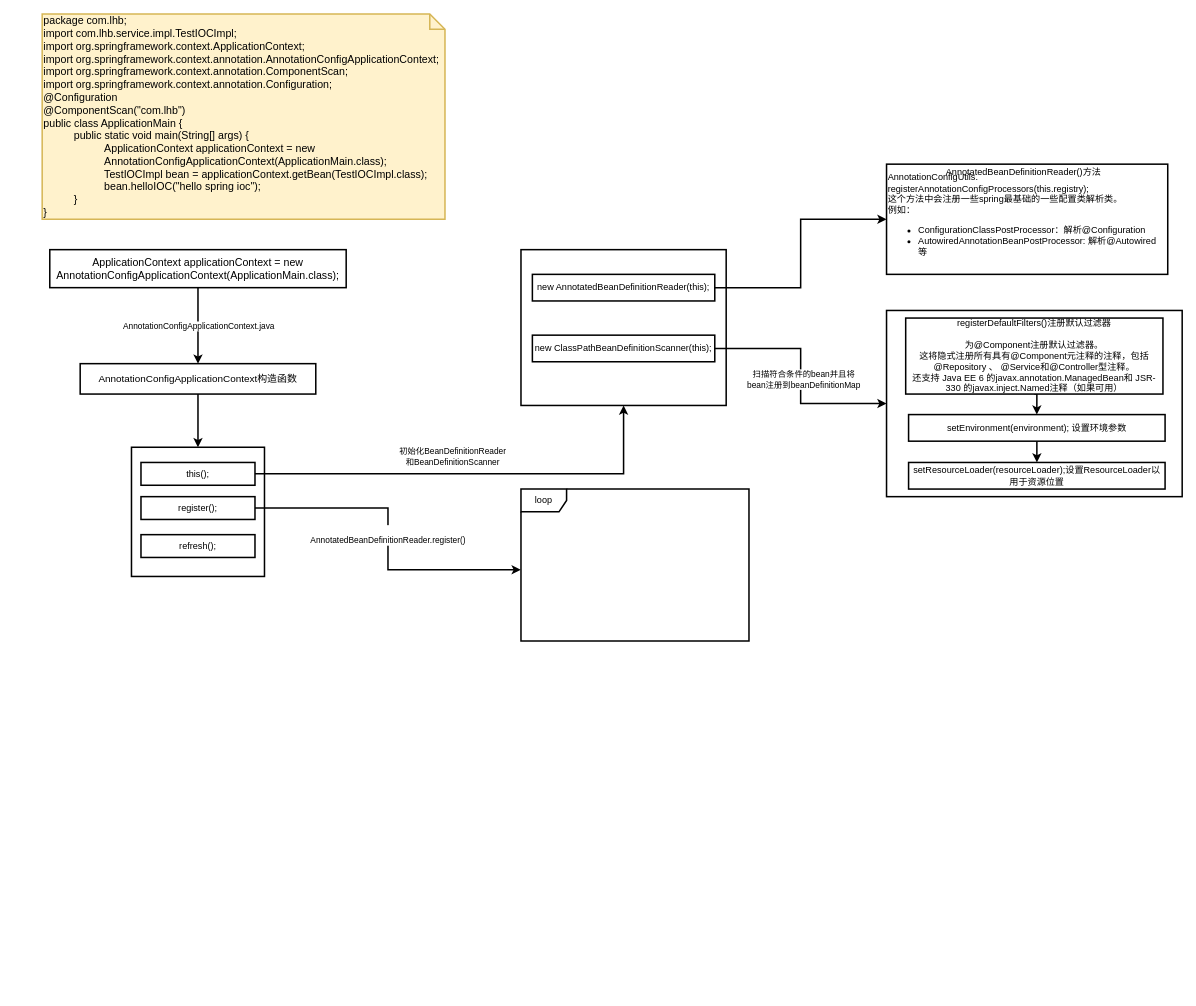
Earlier version of the draw.io diagram spring/IOC加载流程.drawio (LiHuiBin1995/study-java). Source tidied: cells renumbered, new cells numbered last; positions are measured from the earlier drawing's top-left corner, leaving out a move shared by most shapes. Both pictures are drawn from the tidied source at 76%, with x=0, y=0 at pixel (42, 14).
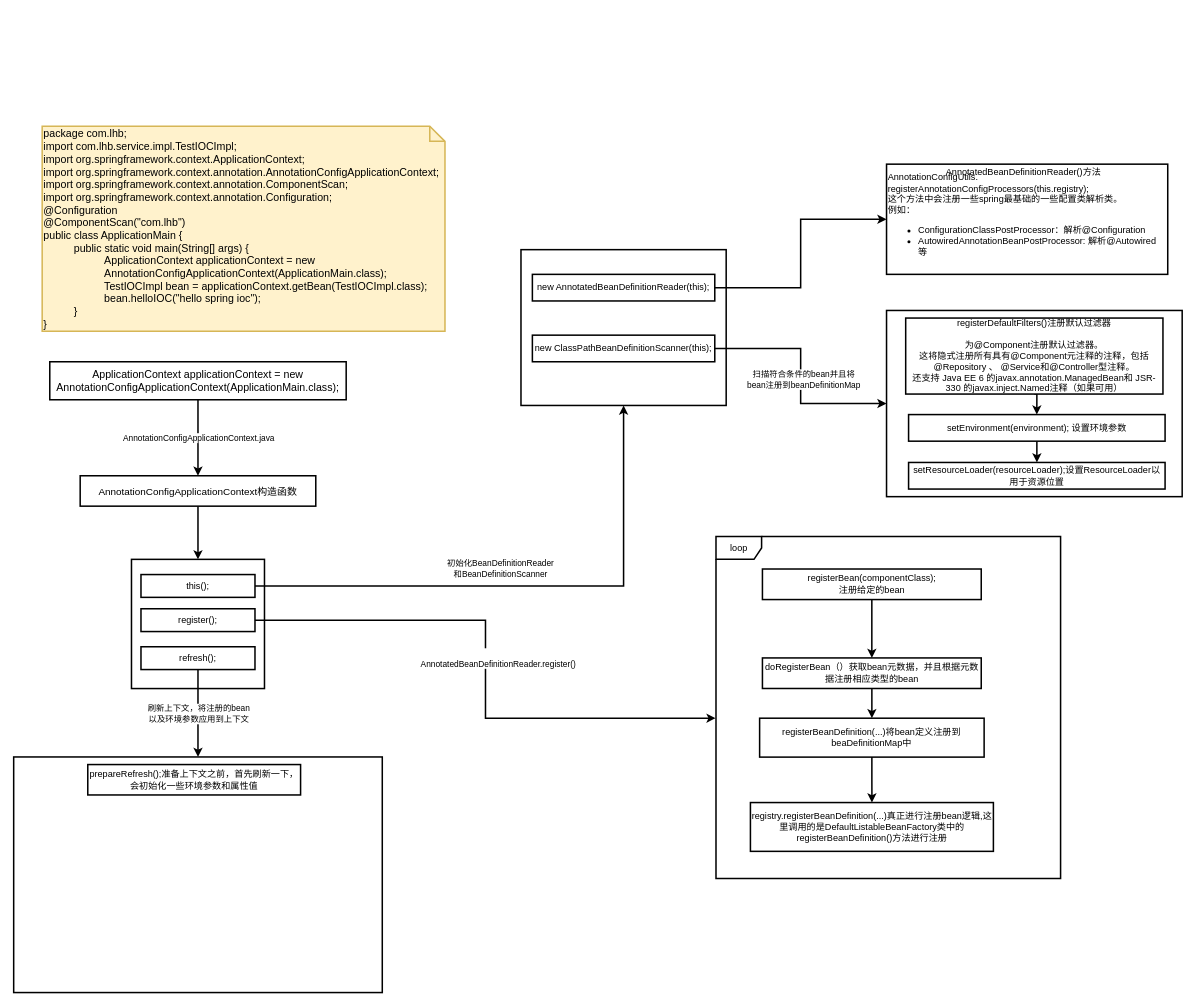
The same page after the edit.

Commit message:
更新IOC加载流程.drawio

Unchanged cells that the change refers to:
```xml
<mxCell id="12" value="refresh();" style="rounded=0;whiteSpace=wrap;html=1;strokeWidth=2;" parent="8" vertex="1">
  <mxGeometry x="12.5" y="115" width="150" height="30" as="geometry" />
</mxCell>
<mxCell id="31" style="edgeStyle=orthogonalEdgeStyle;rounded=0;jettySize=auto;html=1;strokeWidth=2;entryX=-0.001;entryY=0.531;entryDx=0;entryDy=0;entryPerimeter=0;" parent="1" edge="1" source="11" target="33">
  <mxGeometry relative="1" as="geometry" />
</mxCell>
```

Diff of the diagram source:
```diff
@@
     <mxCell id="2" value="&lt;div&gt;&lt;font color=&quot;#000000&quot;&gt;package com.lhb;&lt;/font&gt;&lt;/div&gt;&lt;div&gt;&lt;font color=&quot;#000000&quot;&gt;import com.lhb.service.impl.TestIOCImpl;&lt;/font&gt;&lt;/div&gt;&lt;div&gt;&lt;font color=&quot;#000000&quot;&gt;import org.springframework.context.ApplicationContext;&lt;/font&gt;&lt;/div&gt;&lt;div&gt;&lt;font color=&quot;#000000&quot;&gt;import org.springframework.context.annotation.AnnotationConfigApplicationContext;&lt;/font&gt;&lt;/div&gt;&lt;div&gt;&lt;font color=&quot;#000000&quot;&gt;import org.springframework.context.annotation.ComponentScan;&lt;/font&gt;&lt;/div&gt;&lt;div&gt;&lt;font color=&quot;#000000&quot;&gt;import org.springframework.context.annotation.Configuration;&lt;/font&gt;&lt;/div&gt;&lt;div&gt;&lt;font color=&quot;#000000&quot;&gt;@Configuration&lt;/font&gt;&lt;/div&gt;&lt;div&gt;&lt;font color=&quot;#000000&quot;&gt;@ComponentScan(&quot;com.lhb&quot;)&lt;/font&gt;&lt;/div&gt;&lt;div&gt;&lt;font color=&quot;#000000&quot;&gt;public class ApplicationMain {&lt;/font&gt;&lt;/div&gt;&lt;blockquote style=&quot;margin: 0 0 0 40px ; border: none ; padding: 0px&quot;&gt;&lt;div&gt;&lt;font color=&quot;#000000&quot;&gt;public static void main(String[] args) {&lt;/font&gt;&lt;/div&gt;&lt;/blockquote&gt;&lt;blockquote style=&quot;margin: 0 0 0 40px ; border: none ; padding: 0px&quot;&gt;&lt;blockquote style=&quot;margin: 0 0 0 40px ; border: none ; padding: 0px&quot;&gt;&lt;div&gt;&lt;font color=&quot;#000000&quot;&gt;ApplicationContext applicationContext = new AnnotationConfigApplicationContext(ApplicationMain.class);&lt;/font&gt;&lt;/div&gt;&lt;/blockquote&gt;&lt;blockquote style=&quot;margin: 0 0 0 40px ; border: none ; padding: 0px&quot;&gt;&lt;div&gt;&lt;font color=&quot;#000000&quot;&gt;TestIOCImpl bean = applicationContext.getBean(TestIOCImpl.class);&lt;/font&gt;&lt;/div&gt;&lt;/blockquote&gt;&lt;blockquote style=&quot;margin: 0 0 0 40px ; border: none ; padding: 0px&quot;&gt;&lt;div&gt;&lt;font color=&quot;#000000&quot;&gt;bean.helloIOC(&quot;hello spring ioc&quot;);&lt;/font&gt;&lt;/div&gt;&lt;/blockquote&gt;&lt;/blockquote&gt;&lt;blockquote style=&quot;margin: 0 0 0 40px ; border: none ; padding: 0px&quot;&gt;&lt;div&gt;&lt;font color=&quot;#000000&quot;&gt;}&lt;/font&gt;&lt;/div&gt;&lt;/blockquote&gt;&lt;div&gt;&lt;font color=&quot;#000000&quot;&gt;}&lt;/font&gt;&lt;/div&gt;" style="shape=note;strokeWidth=2;fontSize=14;size=20;whiteSpace=wrap;html=1;fillColor=#fff2cc;strokeColor=#d6b656;fontColor=#666600;align=left;" parent="1" vertex="1">
-      <mxGeometry width="530" height="270" as="geometry" />
+      <mxGeometry y="147.5" width="530" height="270" as="geometry" />
     </mxCell>
@@
     <mxCell id="5" value="&lt;span style=&quot;font-size: 14px ; text-align: left&quot;&gt;ApplicationContext applicationContext = new AnnotationConfigApplicationContext(ApplicationMain.class);&lt;/span&gt;" style="rounded=0;whiteSpace=wrap;html=1;strokeWidth=2;" parent="1" vertex="1">
-      <mxGeometry x="10" y="310" width="390" height="50" as="geometry" />
+      <mxGeometry x="10" y="457.5" width="390" height="50" as="geometry" />
     </mxCell>
@@
     <mxCell id="7" value="&lt;pre style=&quot;font-family: &amp;#34;jetbrains mono&amp;#34; ; font-size: 9.8pt&quot;&gt;&lt;span style=&quot;background-color: rgb(255 , 255 , 255)&quot;&gt;AnnotationConfigApplicationContext构造函数&lt;/span&gt;&lt;/pre&gt;" style="whiteSpace=wrap;html=1;rounded=0;strokeWidth=2;" parent="1" vertex="1">
-      <mxGeometry x="50" y="460" width="310" height="40" as="geometry" />
+      <mxGeometry x="50" y="607.5" width="310" height="40" as="geometry" />
     </mxCell>
     <mxCell id="8" style="group;" parent="1" vertex="1">
-      <mxGeometry x="117.5" y="570" width="175" height="170" as="geometry" />
+      <mxGeometry x="117.5" y="717.5" width="175" height="170" as="geometry" />
     </mxCell>
@@
     <mxCell id="32" value="&lt;div&gt;&lt;span style=&quot;font-size: 11px&quot;&gt;&lt;br&gt;&lt;/span&gt;&lt;/div&gt;&lt;div&gt;&lt;span style=&quot;font-size: 11px&quot;&gt;AnnotatedBeanDefinitionReader.register()&lt;/span&gt;&lt;/div&gt;" style="edgeLabel;html=1;align=center;verticalAlign=middle;rotation=0;" parent="31" vertex="1">
       <mxGeometry x="-0.26" y="2" relative="1" as="geometry">
-        <mxPoint x="15" y="37" as="offset" />
+        <mxPoint x="47" y="52" as="offset" />
       </mxGeometry>
     </mxCell>
+    <mxCell id="34" style="group;" parent="1" vertex="1">
+      <mxGeometry x="900" y="687.5" width="440" height="450" as="geometry" />
+    </mxCell>
+    <mxCell id="35" value="doRegisterBean（）获取bean元数据，并且根据元数据注册相应类型的bean" style="rounded=0;whiteSpace=wrap;html=1;strokeWidth=2;" parent="34" vertex="1">
+      <mxGeometry x="47.7" y="159.7" width="287.9" height="40.2" as="geometry" />
+    </mxCell>
+    <mxCell id="36" style="edgeStyle=orthogonalEdgeStyle;rounded=0;jettySize=auto;html=1;strokeWidth=2;" parent="34" edge="1" source="37" target="35">
+      <mxGeometry relative="1" as="geometry" />
+    </mxCell>
-    <mxCell id="33" value="loop" style="shape=umlFrame;whiteSpace=wrap;html=1;strokeWidth=2;" parent="1" vertex="1">
-      <mxGeometry x="630" y="625" width="300" height="200" as="geometry" />
+    <mxCell id="33" value="loop" style="shape=umlFrame;whiteSpace=wrap;html=1;strokeWidth=2;" parent="34" vertex="1">
+      <mxGeometry x="-13.4" width="453.4" height="450" as="geometry" />
     </mxCell>
+    <mxCell id="37" value="registerBean(componentClass);&lt;br&gt;注册给定的bean" style="rounded=0;whiteSpace=wrap;html=1;strokeWidth=2;" parent="34" vertex="1">
+      <mxGeometry x="47.7" y="42.7" width="287.9" height="40.2" as="geometry" />
+    </mxCell>
+    <mxCell id="38" value="registerBeanDefinition(...)将bean定义注册到beaDefinitionMap中" style="rounded=0;whiteSpace=wrap;html=1;strokeWidth=2;" parent="34" vertex="1">
+      <mxGeometry x="44" y="239" width="295.4" height="51.2" as="geometry" />
+    </mxCell>
+    <mxCell id="39" style="edgeStyle=orthogonalEdgeStyle;rounded=0;jettySize=auto;html=1;strokeWidth=2;entryX=0.5;entryY=0;entryDx=0;entryDy=0;" parent="34" edge="1" source="35" target="38">
+      <mxGeometry relative="1" as="geometry" />
+    </mxCell>
+    <mxCell id="40" value="registry.registerBeanDefinition(...)真正进行注册bean逻辑,这里调用的是DefaultListableBeanFactory类中的registerBeanDefinition()方法进行注册" style="whiteSpace=wrap;html=1;rounded=0;strokeWidth=2;" parent="34" vertex="1">
+      <mxGeometry x="31.9" y="350" width="319.7" height="64.2" as="geometry" />
+    </mxCell>
+    <mxCell id="41" style="edgeStyle=orthogonalEdgeStyle;rounded=0;jettySize=auto;html=1;strokeWidth=2;" parent="34" edge="1" source="38" target="40">
+      <mxGeometry relative="1" as="geometry" />
+    </mxCell>
+    <mxCell id="42" style="whiteSpace=wrap;html=1;rounded=0;strokeWidth=2;" parent="1" vertex="1">
+      <mxGeometry x="-37.5" y="977.5" width="485" height="310" as="geometry" />
+    </mxCell>
+    <mxCell id="43" style="edgeStyle=orthogonalEdgeStyle;rounded=0;jettySize=auto;html=1;strokeWidth=2;" parent="1" edge="1" source="12" target="42">
+      <mxGeometry relative="1" as="geometry" />
+    </mxCell>
+    <mxCell id="44" value="刷新上下文，将注册的bean&lt;br&gt;以及环境参数应用到上下文" style="edgeLabel;html=1;align=center;verticalAlign=middle;" parent="43" vertex="1">
+      <mxGeometry x="0.42" y="-4" relative="1" as="geometry">
+        <mxPoint x="4" y="-24" as="offset" />
+      </mxGeometry>
+    </mxCell>
+    <mxCell id="45" value="prepareRefresh();准备上下文之前，首先刷新一下，会初始化一些环境参数和属性值" style="rounded=0;whiteSpace=wrap;html=1;strokeWidth=2;" parent="1" vertex="1">
+      <mxGeometry x="60" y="987.5" width="280" height="40" as="geometry" />
+    </mxCell>
```
